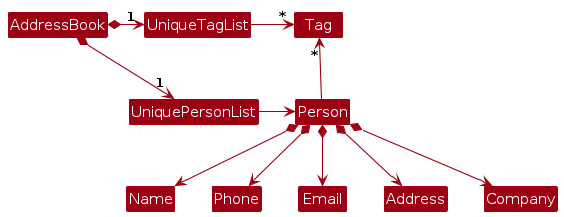
AY2324S2-CS2103T-F14-4/tp keeps this PlantUML diagram as diagrams/BetterModelClassDiagram.png. Above is the earlier version. Its source is kept beside it as diagrams/BetterModelClassDiagram.puml. The source it was exported from:
```plantuml
@startuml
!include style.puml
skinparam arrowThickness 1.1
skinparam arrowColor MODEL_COLOR
skinparam classBackgroundColor MODEL_COLOR

AddressBook *-right-> "1" UniquePersonList
AddressBook *-right-> "1" UniqueTagList
UniqueTagList -[hidden]down- UniquePersonList
UniqueTagList -[hidden]down- UniquePersonList

UniqueTagList -right-> "*" Tag
UniquePersonList -right-> Person

Person -up-> "*" Tag

Person *--> Name
Person *--> Phone
Person *--> Email
Person *--> Address
Person *--> Company
@enduml
```
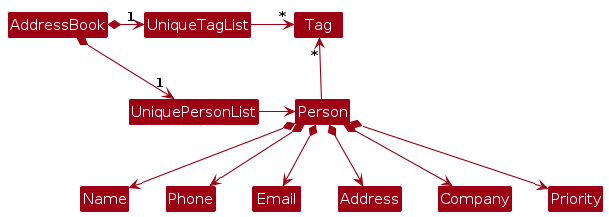
The same file after the commit.

Change to the diagram source:
```diff
@@ -19,4 +19,5 @@
 Person *--> Email
 Person *--> Address
 Person *--> Company
+Person *--> Priority
 @enduml
```
